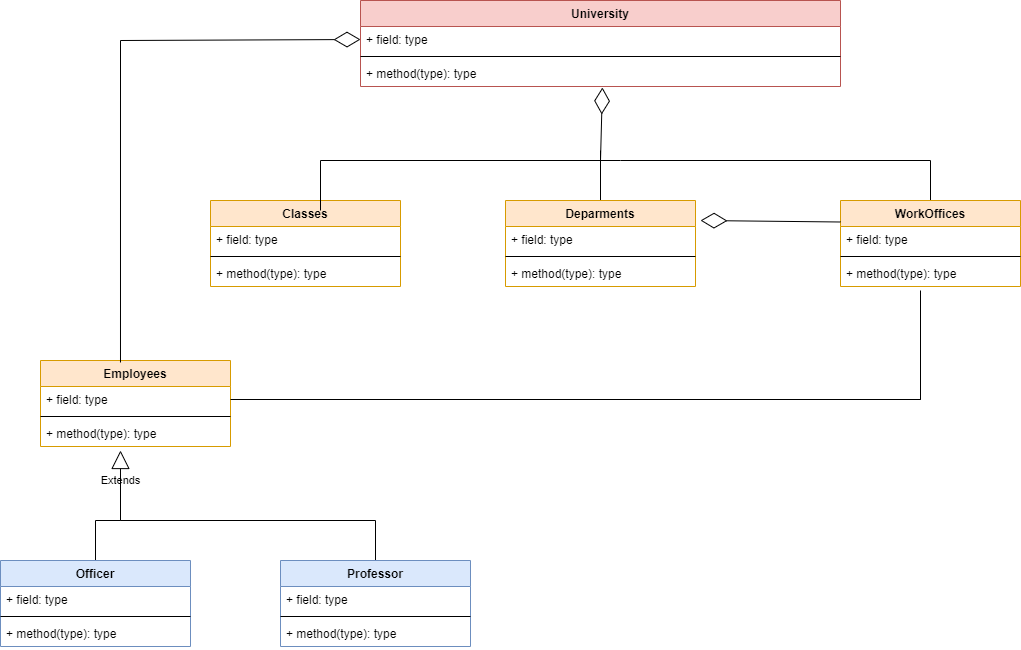
Above: src/UniversityManagementSystem.drawio.png in sebadogan/Java101-NotOrtalamasi (draw.io), before the change. Source tidied: cells renumbered, new cells last; positions are measured from the earlier drawing's top-left corner, leaving out a move shared by most shapes.
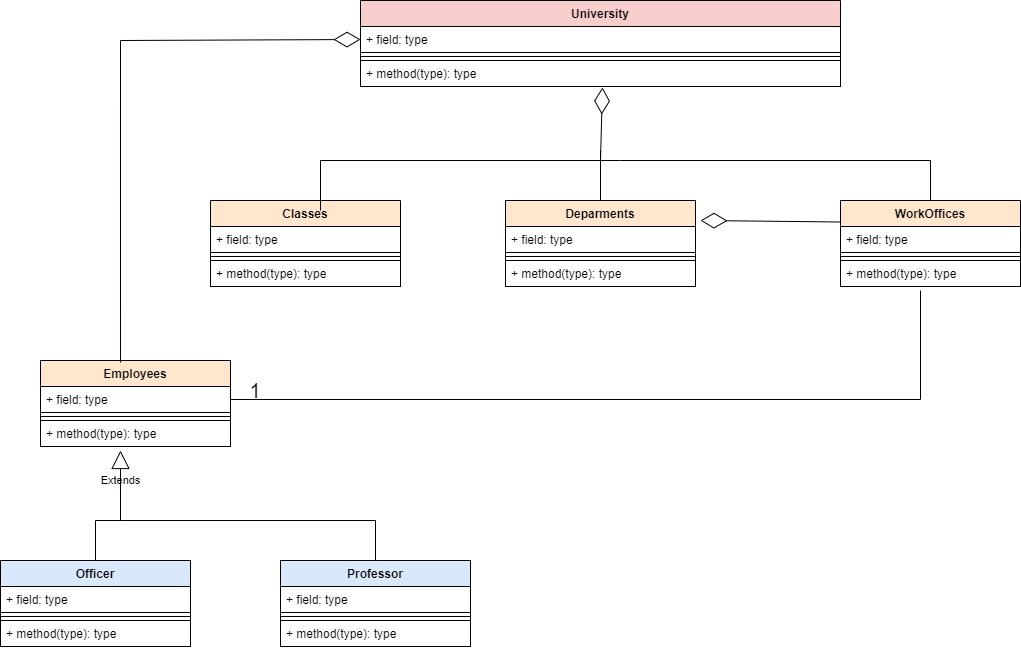
The same file after the commit.

Diff of the diagram source:
```diff
@@ -1,20 +1,20 @@
-<mxGraphModel>
+<mxGraphModel background="#FFFFFF">
   <root>
     <mxCell id="0" />
     <mxCell id="1" parent="0" />
-    <mxCell id="2" value="University&#10;" style="swimlane;fontStyle=1;align=center;verticalAlign=top;horizontal=1;startSize=26;fillColor=#f8cecc;strokeColor=#b85450;fontColor=#000000;labelBackgroundColor=none;" parent="1" vertex="1">
+    <mxCell id="2" value="University&#10;" style="swimlane;fontStyle=1;align=center;verticalAlign=top;horizontal=1;startSize=26;fillColor=#f8cecc;strokeColor=#000000;fontColor=#000000;labelBackgroundColor=none;" parent="1" vertex="1">
       <mxGeometry x="360" width="480" height="86" as="geometry" />
     </mxCell>
-    <mxCell id="3" value="+ field: type" style="text;strokeColor=none;fillColor=none;align=left;verticalAlign=top;spacingLeft=4;spacingRight=4;overflow=hidden;points=[[0,0.5],[1,0.5]];portConstraint=eastwest;labelBackgroundColor=none;" parent="2" vertex="1">
+    <mxCell id="3" value="+ field: type" style="text;strokeColor=#000000;fillColor=none;align=left;verticalAlign=top;spacingLeft=4;spacingRight=4;overflow=hidden;points=[[0,0.5],[1,0.5]];portConstraint=eastwest;labelBackgroundColor=none;fontColor=#000000;" parent="2" vertex="1">
       <mxGeometry y="26" width="480" height="26" as="geometry" />
     </mxCell>
-    <mxCell id="4" style="line;strokeWidth=1;fillColor=none;align=left;verticalAlign=middle;spacingTop=-1;spacingLeft=3;spacingRight=3;labelPosition=right;labelBackgroundColor=none;" parent="2" vertex="1">
+    <mxCell id="4" style="line;strokeWidth=1;fillColor=none;align=left;verticalAlign=middle;spacingTop=-1;spacingLeft=3;spacingRight=3;labelPosition=right;labelBackgroundColor=none;fontColor=#000000;strokeColor=#000000;" parent="2" vertex="1">
       <mxGeometry y="52" width="480" height="8" as="geometry" />
     </mxCell>
-    <mxCell id="5" value="+ method(type): type" style="text;strokeColor=none;fillColor=none;align=left;verticalAlign=top;spacingLeft=4;spacingRight=4;overflow=hidden;points=[[0,0.5],[1,0.5]];portConstraint=eastwest;labelBackgroundColor=none;" parent="2" vertex="1">
+    <mxCell id="5" value="+ method(type): type" style="text;strokeColor=#000000;fillColor=none;align=left;verticalAlign=top;spacingLeft=4;spacingRight=4;overflow=hidden;points=[[0,0.5],[1,0.5]];portConstraint=eastwest;labelBackgroundColor=none;fontColor=#000000;" parent="2" vertex="1">
       <mxGeometry y="60" width="480" height="26" as="geometry" />
     </mxCell>
-    <mxCell id="6" style="edgeStyle=orthogonalEdgeStyle;rounded=0;jettySize=auto;html=1;exitX=0.5;exitY=0;exitDx=0;exitDy=0;fontColor=#000000;endArrow=none;endFill=0;labelBackgroundColor=none;" parent="1" edge="1" source="7">
+    <mxCell id="6" style="edgeStyle=orthogonalEdgeStyle;rounded=0;jettySize=auto;html=1;exitX=0.5;exitY=0;exitDx=0;exitDy=0;fontColor=#000000;endArrow=none;endFill=0;labelBackgroundColor=none;strokeColor=#000000;" parent="1" edge="1" source="7">
       <mxGeometry relative="1" as="geometry">
         <mxPoint x="600" y="160" as="targetPoint" />
         <Array as="points">
@@ -23,48 +23,48 @@
         </Array>
       </mxGeometry>
     </mxCell>
-    <mxCell id="7" value="WorkOffices" style="swimlane;fontStyle=1;align=center;verticalAlign=top;horizontal=1;startSize=26;fillColor=#ffe6cc;strokeColor=#d79b00;fontColor=#000000;labelBackgroundColor=none;" parent="1" vertex="1">
+    <mxCell id="7" value="WorkOffices" style="swimlane;fontStyle=1;align=center;verticalAlign=top;horizontal=1;startSize=26;fillColor=#ffe6cc;strokeColor=#000000;fontColor=#000000;labelBackgroundColor=none;" parent="1" vertex="1">
       <mxGeometry x="840" y="200" width="180" height="86" as="geometry" />
     </mxCell>
-    <mxCell id="8" value="+ field: type" style="text;strokeColor=none;fillColor=none;align=left;verticalAlign=top;spacingLeft=4;spacingRight=4;overflow=hidden;labelBackgroundColor=none;" parent="7" vertex="1">
+    <mxCell id="8" value="+ field: type" style="text;strokeColor=#000000;fillColor=none;align=left;verticalAlign=top;spacingLeft=4;spacingRight=4;overflow=hidden;labelBackgroundColor=none;fontColor=#000000;" parent="7" vertex="1">
       <mxGeometry y="26" width="180" height="26" as="geometry" />
     </mxCell>
-    <mxCell id="9" style="line;strokeWidth=1;fillColor=none;align=left;verticalAlign=middle;spacingTop=-1;spacingLeft=3;spacingRight=3;labelPosition=right;labelBackgroundColor=none;" parent="7" vertex="1">
+    <mxCell id="9" style="line;strokeWidth=1;fillColor=none;align=left;verticalAlign=middle;spacingTop=-1;spacingLeft=3;spacingRight=3;labelPosition=right;labelBackgroundColor=none;fontColor=#000000;strokeColor=#000000;" parent="7" vertex="1">
       <mxGeometry y="52" width="180" height="8" as="geometry" />
     </mxCell>
-    <mxCell id="10" value="+ method(type): type" style="text;strokeColor=none;fillColor=none;align=left;verticalAlign=top;spacingLeft=4;spacingRight=4;overflow=hidden;labelBackgroundColor=none;" parent="7" vertex="1">
+    <mxCell id="10" value="+ method(type): type" style="text;strokeColor=#000000;fillColor=none;align=left;verticalAlign=top;spacingLeft=4;spacingRight=4;overflow=hidden;labelBackgroundColor=none;fontColor=#000000;" parent="7" vertex="1">
       <mxGeometry y="60" width="180" height="26" as="geometry" />
     </mxCell>
-    <mxCell id="11" style="edgeStyle=orthogonalEdgeStyle;rounded=0;jettySize=auto;html=1;exitX=0.5;exitY=0;exitDx=0;exitDy=0;fontColor=#000000;endArrow=none;endFill=0;labelBackgroundColor=none;" parent="1" edge="1" source="12">
+    <mxCell id="11" style="edgeStyle=orthogonalEdgeStyle;rounded=0;jettySize=auto;html=1;exitX=0.5;exitY=0;exitDx=0;exitDy=0;fontColor=#000000;endArrow=none;endFill=0;labelBackgroundColor=none;strokeColor=#000000;" parent="1" edge="1" source="12">
       <mxGeometry relative="1" as="geometry">
         <mxPoint x="600" y="150" as="targetPoint" />
       </mxGeometry>
     </mxCell>
-    <mxCell id="12" value="Deparments&#10;" style="swimlane;fontStyle=1;align=center;verticalAlign=top;horizontal=1;startSize=26;fillColor=#ffe6cc;strokeColor=#d79b00;fontColor=#000000;labelBackgroundColor=none;" parent="1" vertex="1">
+    <mxCell id="12" value="Deparments&#10;" style="swimlane;fontStyle=1;align=center;verticalAlign=top;horizontal=1;startSize=26;fillColor=#ffe6cc;strokeColor=#000000;fontColor=#000000;labelBackgroundColor=none;" parent="1" vertex="1">
       <mxGeometry x="505" y="200" width="190" height="86" as="geometry" />
     </mxCell>
-    <mxCell id="13" value="+ field: type" style="text;strokeColor=none;fillColor=none;align=left;verticalAlign=top;spacingLeft=4;spacingRight=4;overflow=hidden;labelBackgroundColor=none;" parent="12" vertex="1">
+    <mxCell id="13" value="+ field: type" style="text;strokeColor=#000000;fillColor=none;align=left;verticalAlign=top;spacingLeft=4;spacingRight=4;overflow=hidden;labelBackgroundColor=none;fontColor=#000000;" parent="12" vertex="1">
       <mxGeometry y="26" width="190" height="26" as="geometry" />
     </mxCell>
-    <mxCell id="14" style="line;strokeWidth=1;fillColor=none;align=left;verticalAlign=middle;spacingTop=-1;spacingLeft=3;spacingRight=3;labelPosition=right;labelBackgroundColor=none;" parent="12" vertex="1">
+    <mxCell id="14" style="line;strokeWidth=1;fillColor=none;align=left;verticalAlign=middle;spacingTop=-1;spacingLeft=3;spacingRight=3;labelPosition=right;labelBackgroundColor=none;fontColor=#000000;strokeColor=#000000;" parent="12" vertex="1">
       <mxGeometry y="52" width="190" height="8" as="geometry" />
     </mxCell>
-    <mxCell id="15" value="+ method(type): type" style="text;strokeColor=none;fillColor=none;align=left;verticalAlign=top;spacingLeft=4;spacingRight=4;overflow=hidden;labelBackgroundColor=none;" parent="12" vertex="1">
+    <mxCell id="15" value="+ method(type): type" style="text;strokeColor=#000000;fillColor=none;align=left;verticalAlign=top;spacingLeft=4;spacingRight=4;overflow=hidden;labelBackgroundColor=none;fontColor=#000000;" parent="12" vertex="1">
       <mxGeometry y="60" width="190" height="26" as="geometry" />
     </mxCell>
-    <mxCell id="16" value="Classes&#10;" style="swimlane;fontStyle=1;align=center;verticalAlign=top;horizontal=1;startSize=26;fillColor=#ffe6cc;strokeColor=#d79b00;fontColor=#000000;labelBackgroundColor=none;" parent="1" vertex="1">
+    <mxCell id="16" value="Classes&#10;" style="swimlane;fontStyle=1;align=center;verticalAlign=top;horizontal=1;startSize=26;fillColor=#ffe6cc;strokeColor=#000000;fontColor=#000000;labelBackgroundColor=none;" parent="1" vertex="1">
       <mxGeometry x="210" y="200" width="190" height="86" as="geometry" />
     </mxCell>
-    <mxCell id="17" value="+ field: type" style="text;strokeColor=none;fillColor=none;align=left;verticalAlign=top;spacingLeft=4;spacingRight=4;overflow=hidden;labelBackgroundColor=none;" parent="16" vertex="1">
+    <mxCell id="17" value="+ field: type" style="text;strokeColor=#000000;fillColor=none;align=left;verticalAlign=top;spacingLeft=4;spacingRight=4;overflow=hidden;labelBackgroundColor=none;fontColor=#000000;" parent="16" vertex="1">
       <mxGeometry y="26" width="190" height="26" as="geometry" />
     </mxCell>
-    <mxCell id="18" style="line;strokeWidth=1;fillColor=none;align=left;verticalAlign=middle;spacingTop=-1;spacingLeft=3;spacingRight=3;labelPosition=right;labelBackgroundColor=none;" parent="16" vertex="1">
+    <mxCell id="18" style="line;strokeWidth=1;fillColor=none;align=left;verticalAlign=middle;spacingTop=-1;spacingLeft=3;spacingRight=3;labelPosition=right;labelBackgroundColor=none;fontColor=#000000;strokeColor=#000000;" parent="16" vertex="1">
       <mxGeometry y="52" width="190" height="8" as="geometry" />
     </mxCell>
-    <mxCell id="19" value="+ method(type): type" style="text;strokeColor=none;fillColor=none;align=left;verticalAlign=top;spacingLeft=4;spacingRight=4;overflow=hidden;labelBackgroundColor=none;" parent="16" vertex="1">
+    <mxCell id="19" value="+ method(type): type" style="text;strokeColor=#000000;fillColor=none;align=left;verticalAlign=top;spacingLeft=4;spacingRight=4;overflow=hidden;labelBackgroundColor=none;fontColor=#000000;" parent="16" vertex="1">
       <mxGeometry y="60" width="190" height="26" as="geometry" />
     </mxCell>
-    <mxCell id="20" style="edgeStyle=orthogonalEdgeStyle;rounded=0;jettySize=auto;html=1;exitX=0.5;exitY=0;exitDx=0;exitDy=0;fontColor=#000000;endArrow=none;endFill=0;labelBackgroundColor=none;" parent="1" edge="1" source="21">
+    <mxCell id="20" style="edgeStyle=orthogonalEdgeStyle;rounded=0;jettySize=auto;html=1;exitX=0.5;exitY=0;exitDx=0;exitDy=0;fontColor=#000000;endArrow=none;endFill=0;labelBackgroundColor=none;strokeColor=#000000;" parent="1" edge="1" source="21">
       <mxGeometry relative="1" as="geometry">
         <mxPoint x="120" y="510" as="targetPoint" />
         <Array as="points">
@@ -73,48 +73,48 @@
         </Array>
       </mxGeometry>
     </mxCell>
-    <mxCell id="21" value="Officer" style="swimlane;fontStyle=1;align=center;verticalAlign=top;horizontal=1;startSize=26;fillColor=#dae8fc;strokeColor=#6c8ebf;fontColor=#000000;labelBackgroundColor=none;" parent="1" vertex="1">
+    <mxCell id="21" value="Officer" style="swimlane;fontStyle=1;align=center;verticalAlign=top;horizontal=1;startSize=26;fillColor=#dae8fc;strokeColor=#000000;fontColor=#000000;labelBackgroundColor=none;" parent="1" vertex="1">
       <mxGeometry y="560" width="190" height="86" as="geometry" />
     </mxCell>
-    <mxCell id="22" value="+ field: type" style="text;strokeColor=none;fillColor=none;align=left;verticalAlign=top;spacingLeft=4;spacingRight=4;overflow=hidden;labelBackgroundColor=none;" parent="21" vertex="1">
+    <mxCell id="22" value="+ field: type" style="text;strokeColor=#000000;fillColor=none;align=left;verticalAlign=top;spacingLeft=4;spacingRight=4;overflow=hidden;labelBackgroundColor=none;fontColor=#000000;" parent="21" vertex="1">
       <mxGeometry y="26" width="190" height="26" as="geometry" />
     </mxCell>
-    <mxCell id="23" style="line;strokeWidth=1;fillColor=none;align=left;verticalAlign=middle;spacingTop=-1;spacingLeft=3;spacingRight=3;labelPosition=right;labelBackgroundColor=none;" parent="21" vertex="1">
+    <mxCell id="23" style="line;strokeWidth=1;fillColor=none;align=left;verticalAlign=middle;spacingTop=-1;spacingLeft=3;spacingRight=3;labelPosition=right;labelBackgroundColor=none;fontColor=#000000;strokeColor=#000000;" parent="21" vertex="1">
       <mxGeometry y="52" width="190" height="8" as="geometry" />
     </mxCell>
-    <mxCell id="24" value="+ method(type): type" style="text;strokeColor=none;fillColor=none;align=left;verticalAlign=top;spacingLeft=4;spacingRight=4;overflow=hidden;labelBackgroundColor=none;" parent="21" vertex="1">
+    <mxCell id="24" value="+ method(type): type" style="text;strokeColor=#000000;fillColor=none;align=left;verticalAlign=top;spacingLeft=4;spacingRight=4;overflow=hidden;labelBackgroundColor=none;fontColor=#000000;" parent="21" vertex="1">
       <mxGeometry y="60" width="190" height="26" as="geometry" />
     </mxCell>
-    <mxCell id="25" value="Employees" style="swimlane;fontStyle=1;align=center;verticalAlign=top;horizontal=1;startSize=26;fillColor=#ffe6cc;strokeColor=#d79b00;fontColor=#000000;labelBackgroundColor=none;" parent="1" vertex="1">
+    <mxCell id="25" value="Employees" style="swimlane;fontStyle=1;align=center;verticalAlign=top;horizontal=1;startSize=26;fillColor=#ffe6cc;strokeColor=#000000;fontColor=#000000;labelBackgroundColor=none;" parent="1" vertex="1">
       <mxGeometry x="40" y="360" width="190" height="86" as="geometry" />
     </mxCell>
-    <mxCell id="26" value="+ field: type" style="text;strokeColor=none;fillColor=none;align=left;verticalAlign=top;spacingLeft=4;spacingRight=4;overflow=hidden;points=[[0,0.5],[1,0.5]];portConstraint=eastwest;labelBackgroundColor=none;" parent="25" vertex="1">
+    <mxCell id="26" value="+ field: type" style="text;strokeColor=#000000;fillColor=none;align=left;verticalAlign=top;spacingLeft=4;spacingRight=4;overflow=hidden;points=[[0,0.5],[1,0.5]];portConstraint=eastwest;labelBackgroundColor=none;fontColor=#000000;" parent="25" vertex="1">
       <mxGeometry y="26" width="190" height="26" as="geometry" />
     </mxCell>
-    <mxCell id="27" style="line;strokeWidth=1;fillColor=none;align=left;verticalAlign=middle;spacingTop=-1;spacingLeft=3;spacingRight=3;labelPosition=right;labelBackgroundColor=none;" parent="25" vertex="1">
+    <mxCell id="27" style="line;strokeWidth=1;fillColor=none;align=left;verticalAlign=middle;spacingTop=-1;spacingLeft=3;spacingRight=3;labelPosition=right;labelBackgroundColor=none;fontColor=#000000;strokeColor=#000000;" parent="25" vertex="1">
       <mxGeometry y="52" width="190" height="8" as="geometry" />
     </mxCell>
-    <mxCell id="28" value="+ method(type): type" style="text;strokeColor=none;fillColor=none;align=left;verticalAlign=top;spacingLeft=4;spacingRight=4;overflow=hidden;points=[[0,0.5],[1,0.5]];portConstraint=eastwest;labelBackgroundColor=none;" parent="25" vertex="1">
+    <mxCell id="28" value="+ method(type): type" style="text;strokeColor=#000000;fillColor=none;align=left;verticalAlign=top;spacingLeft=4;spacingRight=4;overflow=hidden;points=[[0,0.5],[1,0.5]];portConstraint=eastwest;labelBackgroundColor=none;fontColor=#000000;" parent="25" vertex="1">
       <mxGeometry y="60" width="190" height="26" as="geometry" />
     </mxCell>
-    <mxCell id="29" style="edgeStyle=orthogonalEdgeStyle;rounded=0;jettySize=auto;html=1;exitX=0.5;exitY=0;exitDx=0;exitDy=0;fontColor=#000000;endArrow=none;endFill=0;labelBackgroundColor=none;" parent="1" edge="1" source="30">
+    <mxCell id="29" style="edgeStyle=orthogonalEdgeStyle;rounded=0;jettySize=auto;html=1;exitX=0.5;exitY=0;exitDx=0;exitDy=0;fontColor=#000000;endArrow=none;endFill=0;labelBackgroundColor=none;strokeColor=#000000;" parent="1" edge="1" source="30">
       <mxGeometry relative="1" as="geometry">
         <mxPoint x="120" y="480" as="targetPoint" />
       </mxGeometry>
     </mxCell>
-    <mxCell id="30" value="Professor" style="swimlane;fontStyle=1;align=center;verticalAlign=top;horizontal=1;startSize=26;fillColor=#dae8fc;strokeColor=#6c8ebf;fontColor=#000000;labelBackgroundColor=none;" parent="1" vertex="1">
+    <mxCell id="30" value="Professor" style="swimlane;fontStyle=1;align=center;verticalAlign=top;horizontal=1;startSize=26;fillColor=#dae8fc;strokeColor=#000000;fontColor=#000000;labelBackgroundColor=none;" parent="1" vertex="1">
       <mxGeometry x="280" y="560" width="190" height="86" as="geometry" />
     </mxCell>
-    <mxCell id="31" value="+ field: type" style="text;strokeColor=none;fillColor=none;align=left;verticalAlign=top;spacingLeft=4;spacingRight=4;overflow=hidden;labelBackgroundColor=none;" parent="30" vertex="1">
+    <mxCell id="31" value="+ field: type" style="text;strokeColor=#000000;fillColor=none;align=left;verticalAlign=top;spacingLeft=4;spacingRight=4;overflow=hidden;labelBackgroundColor=none;fontColor=#000000;" parent="30" vertex="1">
       <mxGeometry y="26" width="190" height="26" as="geometry" />
     </mxCell>
-    <mxCell id="32" style="line;strokeWidth=1;fillColor=none;align=left;verticalAlign=middle;spacingTop=-1;spacingLeft=3;spacingRight=3;labelPosition=right;labelBackgroundColor=none;" parent="30" vertex="1">
+    <mxCell id="32" style="line;strokeWidth=1;fillColor=none;align=left;verticalAlign=middle;spacingTop=-1;spacingLeft=3;spacingRight=3;labelPosition=right;labelBackgroundColor=none;fontColor=#000000;strokeColor=#000000;" parent="30" vertex="1">
       <mxGeometry y="52" width="190" height="8" as="geometry" />
     </mxCell>
-    <mxCell id="33" value="+ method(type): type" style="text;strokeColor=none;fillColor=none;align=left;verticalAlign=top;spacingLeft=4;spacingRight=4;overflow=hidden;labelBackgroundColor=none;" parent="30" vertex="1">
+    <mxCell id="33" value="+ method(type): type" style="text;strokeColor=#000000;fillColor=none;align=left;verticalAlign=top;spacingLeft=4;spacingRight=4;overflow=hidden;labelBackgroundColor=none;fontColor=#000000;" parent="30" vertex="1">
       <mxGeometry y="60" width="190" height="26" as="geometry" />
     </mxCell>
-    <mxCell id="34" style="endArrow=diamondThin;endFill=0;endSize=24;html=1;rounded=0;fontColor=#000000;entryX=0.504;entryY=1.038;entryDx=0;entryDy=0;entryPerimeter=0;labelBackgroundColor=none;" parent="1" edge="1" target="5">
+    <mxCell id="34" style="endArrow=diamondThin;endFill=0;endSize=24;html=1;rounded=0;fontColor=#000000;entryX=0.504;entryY=1.038;entryDx=0;entryDy=0;entryPerimeter=0;labelBackgroundColor=none;strokeColor=#000000;" parent="1" edge="1" target="5">
       <mxGeometry relative="1" as="geometry">
         <mxPoint x="320" y="210" as="sourcePoint" />
         <Array as="points">
@@ -123,37 +123,30 @@
         </Array>
       </mxGeometry>
     </mxCell>
-    <mxCell id="35" style="endArrow=diamondThin;endFill=0;endSize=24;html=1;rounded=0;fontColor=#000000;exitX=0;exitY=0.25;exitDx=0;exitDy=0;labelBackgroundColor=none;" parent="1" edge="1" source="7">
+    <mxCell id="35" style="endArrow=diamondThin;endFill=0;endSize=24;html=1;rounded=0;fontColor=#000000;exitX=0;exitY=0.25;exitDx=0;exitDy=0;labelBackgroundColor=none;strokeColor=#000000;" parent="1" edge="1" source="7">
       <mxGeometry relative="1" as="geometry">
         <mxPoint x="700" y="220" as="targetPoint" />
       </mxGeometry>
     </mxCell>
-    <mxCell id="36" style="endArrow=diamondThin;endFill=0;endSize=24;html=1;rounded=0;fontColor=#000000;entryX=0;entryY=0.5;entryDx=0;entryDy=0;exitX=0.421;exitY=0.023;exitDx=0;exitDy=0;exitPerimeter=0;labelBackgroundColor=none;" parent="1" edge="1" source="25" target="3">
+    <mxCell id="36" style="endArrow=diamondThin;endFill=0;endSize=24;html=1;rounded=0;fontColor=#000000;entryX=0;entryY=0.5;entryDx=0;entryDy=0;exitX=0.421;exitY=0.023;exitDx=0;exitDy=0;exitPerimeter=0;labelBackgroundColor=none;strokeColor=#000000;" parent="1" edge="1" source="25" target="3">
       <mxGeometry relative="1" as="geometry">
         <Array as="points">
           <mxPoint x="120" y="40" />
         </Array>
       </mxGeometry>
     </mxCell>
-    <mxCell id="37" value="Extends" style="endArrow=block;endSize=16;endFill=0;html=1;rounded=0;fontColor=#000000;entryX=0.421;entryY=1.154;entryDx=0;entryDy=0;entryPerimeter=0;labelBackgroundColor=none;" parent="1" edge="1" target="28">
+    <mxCell id="37" value="Extends" style="endArrow=block;endSize=16;endFill=0;html=1;rounded=0;fontColor=#000000;entryX=0.421;entryY=1.154;entryDx=0;entryDy=0;entryPerimeter=0;labelBackgroundColor=none;strokeColor=#000000;" parent="1" edge="1" target="28">
       <mxGeometry relative="1" as="geometry">
         <mxPoint x="120" y="510" as="sourcePoint" />
       </mxGeometry>
     </mxCell>
-    <mxCell id="38" style="edgeStyle=orthogonalEdgeStyle;rounded=0;jettySize=auto;html=1;exitX=1;exitY=0.5;exitDx=0;exitDy=0;fontColor=#000000;endArrow=none;endFill=0;labelPosition=right;verticalLabelPosition=middle;align=left;verticalAlign=middle;startArrow=none;labelBackgroundColor=none;" parent="1" edge="1" source="39">
+    <mxCell id="38" style="edgeStyle=orthogonalEdgeStyle;rounded=0;jettySize=auto;html=1;exitX=1;exitY=0.5;exitDx=0;exitDy=0;fontColor=#000000;endArrow=none;endFill=0;labelPosition=right;verticalLabelPosition=middle;align=left;verticalAlign=middle;startArrow=none;labelBackgroundColor=none;strokeColor=#000000;" parent="1" edge="1" source="26">
       <mxGeometry relative="1" as="geometry">
         <mxPoint x="920" y="290" as="targetPoint" />
       </mxGeometry>
     </mxCell>
-    <mxCell id="39" value="&lt;font style=&quot;font-size: 19px;&quot; color=&quot;#ffffff&quot;&gt;1&lt;/font&gt;" style="whiteSpace=wrap;html=1;fontColor=#000000;fillColor=none;strokeColor=none;labelBackgroundColor=none;" parent="1" vertex="1">
-      <mxGeometry x="240" y="384" width="40" height="30" as="geometry" />
+    <mxCell id="39" value="1" style="whiteSpace=wrap;html=1;labelBackgroundColor=none;fontSize=20;fontColor=#000000;strokeColor=none;strokeWidth=2;fillColor=none;" parent="1" vertex="1">
+      <mxGeometry x="240" y="380" width="30" height="20" as="geometry" />
     </mxCell>
-    <mxCell id="40" style="edgeStyle=orthogonalEdgeStyle;rounded=0;jettySize=auto;html=1;exitX=1;exitY=0.5;exitDx=0;exitDy=0;fontColor=#000000;endArrow=none;endFill=0;labelPosition=right;verticalLabelPosition=middle;align=left;verticalAlign=middle;labelBackgroundColor=none;" parent="1" edge="1" source="26" target="39">
-      <mxGeometry relative="1" as="geometry">
-        <Array as="points">
-          <mxPoint x="920" y="399" />
-        </Array>
-      </mxGeometry>
-    </mxCell>
   </root>
 </mxGraphModel>
```
